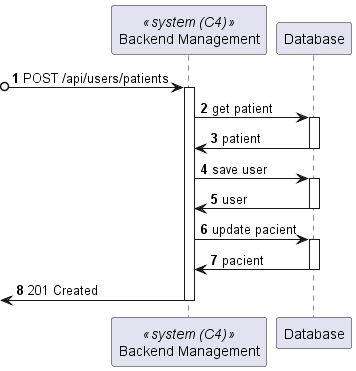
Lapr5G21/sem5pi-24-25-3ddg21 keeps this PlantUML diagram as docs/StaffProfileUpdate/views/level3/process-view1.png. Above is the earlier version. Source of this version:
```plantuml
@startuml

autonumber
participant BE as "Backend Management" <<system (C4)>>
participant DB as "Database"

?o-> BE : POST /api/users/patients
activate BE

BE -> DB : get patient

activate DB

DB -> BE : patient

deactivate DB


BE -> DB : save user

activate DB

DB -> BE : user

deactivate DB

BE -> DB : update pacient

activate DB

DB -> BE : pacient

deactivate DB

<- BE : 201 Created

deactivate BE

@enduml
```
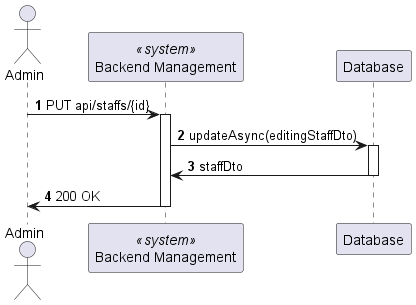
Above is the later version.

The edit, as a diff of the source:
```diff
@@ -1,38 +1,22 @@
 @startuml
 
 autonumber
-participant BE as "Backend Management" <<system (C4)>>
+actor Admin as "Admin"
+participant BE as "Backend Management" <<system>>
 participant DB as "Database"
 
-?o-> BE : POST /api/users/patients
+Admin-> BE : PUT api/staffs/{id}
 activate BE
 
-BE -> DB : get patient
+BE -> DB : updateAsync(editingStaffDto)
 
 activate DB
 
-DB -> BE : patient
+DB -> BE : staffDto
 
 deactivate DB
 
-
-BE -> DB : save user
-
-activate DB
-
-DB -> BE : user
-
-deactivate DB
-
-BE -> DB : update pacient
-
-activate DB
-
-DB -> BE : pacient
-
-deactivate DB
-
-<- BE : 201 Created
+Admin <- BE : 200 OK
 
 deactivate BE
 
```
